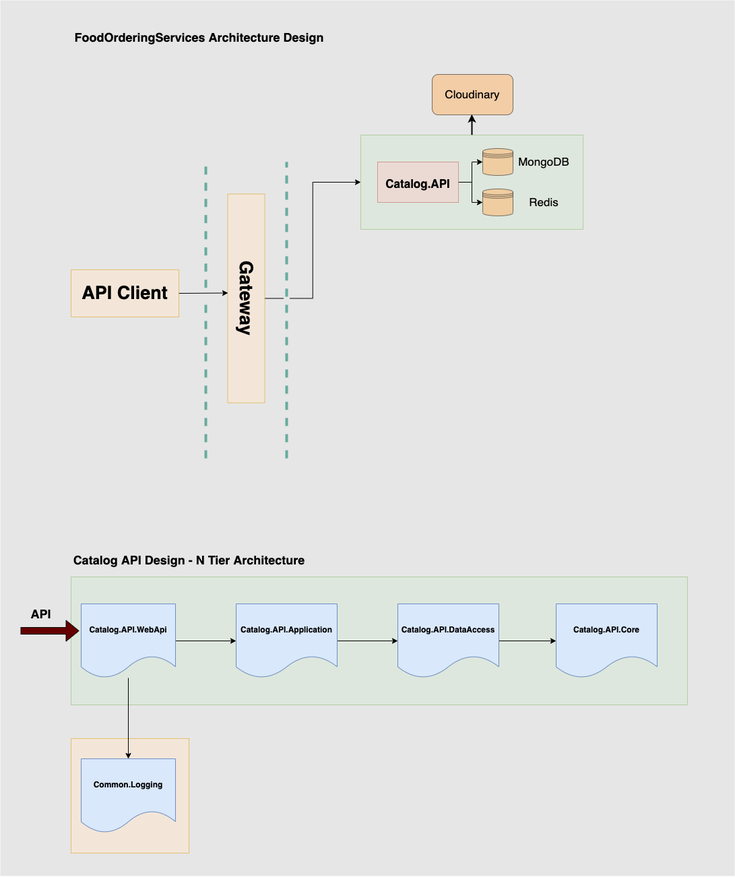
This is SAD.png from bm1905/FoodOrderingServices, a draw.io export, as it was before one commit. Source tidied: cells renumbered, new cells last; positions are measured from the earlier drawing's top-left corner, leaving out a move shared by most shapes.
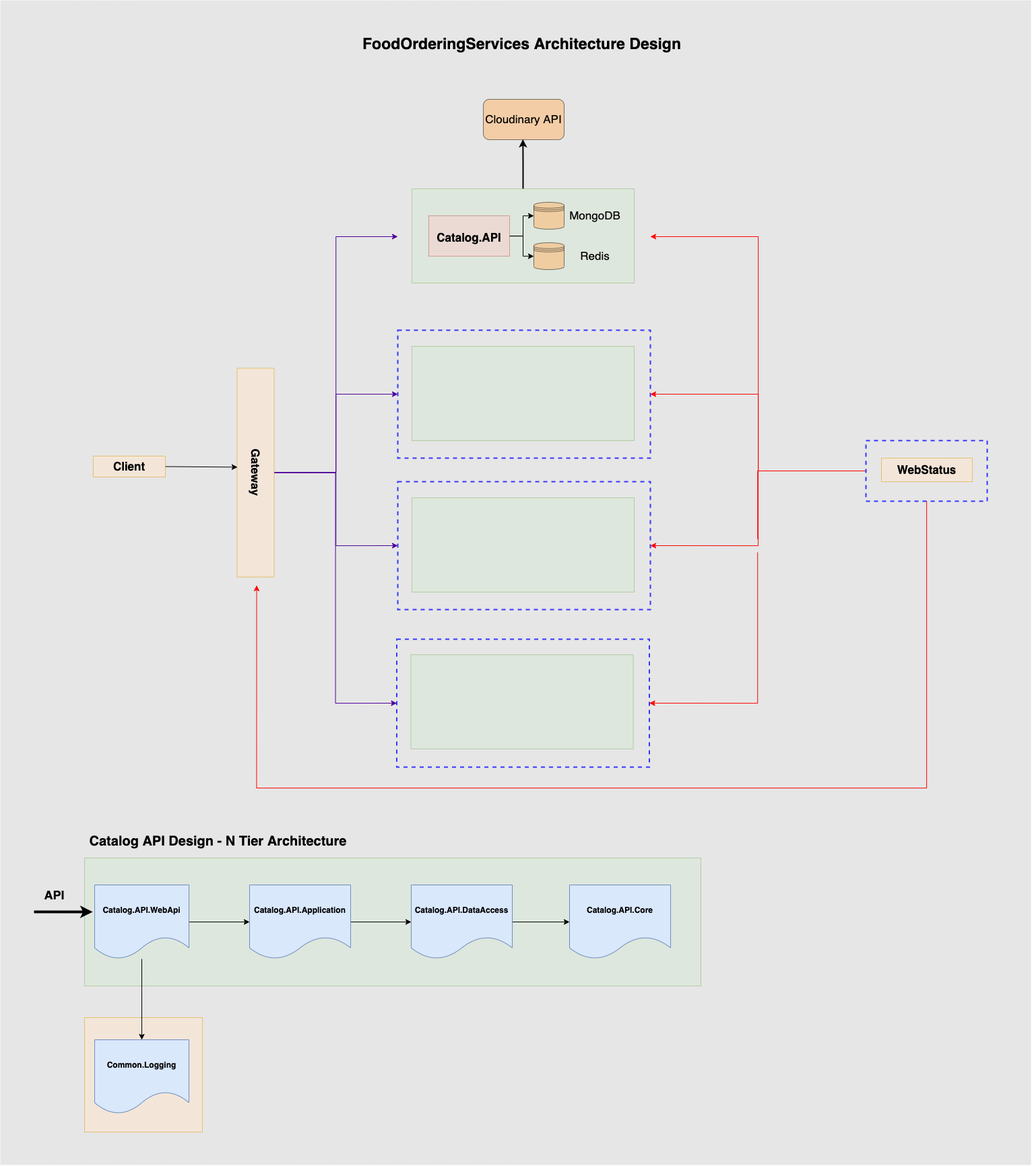
The same file after the commit.

Diff of the diagram source:
```diff
@@ -2,20 +2,29 @@
   <root>
     <mxCell id="0" />
     <mxCell id="1" parent="0" />
+    <mxCell id="34" style="rounded=0;whiteSpace=wrap;html=1;strokeColor=#3333FF;fillColor=none;strokeWidth=2;dashed=1;" parent="1" vertex="1">
+      <mxGeometry x="570" y="-114" width="375" height="190" as="geometry" />
+    </mxCell>
+    <mxCell id="35" style="rounded=0;whiteSpace=wrap;html=1;strokeColor=#3333FF;fillColor=none;strokeWidth=2;dashed=1;" parent="1" vertex="1">
+      <mxGeometry x="293" y="159" width="135" height="340" as="geometry" />
+    </mxCell>
+    <mxCell id="36" style="rounded=0;whiteSpace=wrap;html=1;strokeColor=#3333FF;fillColor=none;strokeWidth=2;dashed=1;" parent="1" vertex="1">
+      <mxGeometry x="85" y="273" width="180" height="100" as="geometry" />
+    </mxCell>
     <mxCell id="2" style="rounded=0;whiteSpace=wrap;html=1;fillColor=#E6E6E6;strokeColor=none;" parent="1" vertex="1">
-      <mxGeometry width="1090" height="1300" as="geometry" />
+      <mxGeometry x="-20" y="-370" width="1530" height="1730" as="geometry" />
     </mxCell>
     <mxCell id="3" style="rounded=0;whiteSpace=wrap;html=1;fillColor=#ffe6cc;strokeColor=#d79b00;opacity=50;" parent="1" vertex="1">
-      <mxGeometry x="105" y="1096" width="175" height="170" as="geometry" />
+      <mxGeometry x="105" y="1141" width="175" height="170" as="geometry" />
     </mxCell>
     <mxCell id="4" style="rounded=0;whiteSpace=wrap;html=1;fillColor=#d5e8d4;strokeColor=#82b366;opacity=50;" parent="1" vertex="1">
-      <mxGeometry x="105" y="856" width="915" height="190" as="geometry" />
+      <mxGeometry x="105" y="904" width="915" height="190" as="geometry" />
     </mxCell>
-    <mxCell id="5" value="FoodOrderingServices Architecture Design" style="text;html=1;align=center;verticalAlign=middle;strokeColor=none;fillColor=none;fontStyle=1;fontSize=18;" parent="1" vertex="1">
-      <mxGeometry x="105" y="40" width="380" height="30" as="geometry" />
+    <mxCell id="5" value="FoodOrderingServices Architecture Design" style="text;html=1;align=center;verticalAlign=middle;strokeColor=none;fillColor=none;fontStyle=1;fontSize=23;" parent="1" vertex="1">
+      <mxGeometry x="508.5" y="-320" width="490" height="30" as="geometry" />
     </mxCell>
-    <mxCell id="6" value="Catalog API Design - N Tier Architecture" style="text;html=1;align=center;verticalAlign=middle;strokeColor=none;fillColor=none;fontStyle=1;fontSize=18;" parent="1" vertex="1">
-      <mxGeometry x="100" y="816" width="360" height="30" as="geometry" />
+    <mxCell id="6" value="Catalog API Design - N Tier Architecture" style="text;html=1;align=center;verticalAlign=middle;strokeColor=none;fillColor=none;fontStyle=1;fontSize=20;" parent="1" vertex="1">
+      <mxGeometry x="103" y="864" width="400" height="30" as="geometry" />
     </mxCell>
     <mxCell id="7" style="edgeStyle=orthogonalEdgeStyle;rounded=0;jettySize=auto;html=1;fillColor=#660000;" parent="1" edge="1" source="9" target="11">
       <mxGeometry relative="1" as="geometry" />
@@ -24,57 +33,60 @@
       <mxGeometry relative="1" as="geometry" />
     </mxCell>
     <mxCell id="9" value="&lt;b&gt;Catalog.API.WebApi&lt;/b&gt;" style="shape=document;whiteSpace=wrap;html=1;boundedLbl=1;fillColor=#dae8fc;strokeColor=#6c8ebf;" parent="1" vertex="1">
-      <mxGeometry x="120" y="896" width="140" height="110" as="geometry" />
+      <mxGeometry x="120" y="944" width="140" height="110" as="geometry" />
     </mxCell>
     <mxCell id="10" style="edgeStyle=orthogonalEdgeStyle;rounded=0;jettySize=auto;html=1;fillColor=#660000;" parent="1" edge="1" source="11" target="13">
       <mxGeometry relative="1" as="geometry" />
     </mxCell>
     <mxCell id="11" value="&lt;b&gt;Catalog.API.Application&lt;/b&gt;" style="shape=document;whiteSpace=wrap;html=1;boundedLbl=1;fillColor=#dae8fc;strokeColor=#6c8ebf;" parent="1" vertex="1">
-      <mxGeometry x="350" y="896" width="150" height="110" as="geometry" />
+      <mxGeometry x="350" y="944" width="150" height="110" as="geometry" />
     </mxCell>
     <mxCell id="12" style="edgeStyle=orthogonalEdgeStyle;rounded=0;jettySize=auto;html=1;entryX=0;entryY=0.5;entryDx=0;entryDy=0;fillColor=#660000;" parent="1" edge="1" source="13" target="14">
       <mxGeometry relative="1" as="geometry" />
     </mxCell>
     <mxCell id="13" value="&lt;b&gt;Catalog.API.DataAccess&lt;/b&gt;" style="shape=document;whiteSpace=wrap;html=1;boundedLbl=1;fillColor=#dae8fc;strokeColor=#6c8ebf;" parent="1" vertex="1">
-      <mxGeometry x="590" y="896" width="150" height="110" as="geometry" />
+      <mxGeometry x="590" y="944" width="150" height="110" as="geometry" />
     </mxCell>
     <mxCell id="14" value="&lt;b&gt;Catalog.API.Core&lt;/b&gt;" style="shape=document;whiteSpace=wrap;html=1;boundedLbl=1;fillColor=#dae8fc;strokeColor=#6c8ebf;" parent="1" vertex="1">
-      <mxGeometry x="825" y="896" width="150" height="110" as="geometry" />
+      <mxGeometry x="825" y="944" width="150" height="110" as="geometry" />
     </mxCell>
-    <mxCell id="15" style="shape=flexArrow;endArrow=classic;html=1;rounded=0;fillColor=#660000;entryX=-0.021;entryY=0.364;entryDx=0;entryDy=0;entryPerimeter=0;" parent="1" edge="1" target="9">
+    <mxCell id="15" style="endArrow=classic;html=1;rounded=0;fillColor=#660000;entryX=-0.021;entryY=0.364;entryDx=0;entryDy=0;entryPerimeter=0;strokeWidth=4;" parent="1" edge="1" target="9">
       <mxGeometry relative="1" as="geometry">
-        <mxPoint x="30" y="936" as="sourcePoint" />
+        <mxPoint x="30" y="984" as="sourcePoint" />
       </mxGeometry>
     </mxCell>
     <mxCell id="16" value="API" style="text;html=1;align=center;verticalAlign=middle;strokeColor=none;fillColor=none;fontStyle=1;fontSize=18;" parent="1" vertex="1">
-      <mxGeometry x="35" y="896" width="50" height="30" as="geometry" />
+      <mxGeometry x="35" y="944" width="50" height="30" as="geometry" />
     </mxCell>
+    <mxCell id="18" style="edgeStyle=orthogonalEdgeStyle;rounded=0;jumpStyle=gap;jumpSize=20;jettySize=auto;html=1;entryX=0.474;entryY=0.991;entryDx=0;entryDy=0;entryPerimeter=0;fontSize=17;strokeColor=#000000;strokeWidth=1;fillColor=#660000;" parent="1" edge="1" source="19" target="22">
+      <mxGeometry relative="1" as="geometry" />
+    </mxCell>
     <mxCell id="17" value="&lt;b&gt;Common.Logging&lt;/b&gt;" style="shape=document;whiteSpace=wrap;html=1;boundedLbl=1;fillColor=#dae8fc;strokeColor=#6c8ebf;" parent="1" vertex="1">
-      <mxGeometry x="120" y="1126" width="140" height="110" as="geometry" />
+      <mxGeometry x="120" y="1174" width="140" height="110" as="geometry" />
     </mxCell>
-    <mxCell id="18" style="edgeStyle=orthogonalEdgeStyle;rounded=0;jumpStyle=gap;jumpSize=10;jettySize=auto;html=1;entryX=0.474;entryY=0.991;entryDx=0;entryDy=0;entryPerimeter=0;fontSize=17;strokeColor=#000000;strokeWidth=1;fillColor=#660000;" parent="1" edge="1" source="19" target="22">
-      <mxGeometry relative="1" as="geometry" />
-    </mxCell>
-    <mxCell id="19" value="&lt;b&gt;&lt;font style=&quot;font-size: 27px&quot;&gt;API Client&lt;/font&gt;&lt;/b&gt;" style="rounded=0;whiteSpace=wrap;html=1;opacity=50;fillColor=#ffe6cc;strokeColor=#d79b00;" parent="1" vertex="1">
-      <mxGeometry x="105" y="400" width="160" height="70" as="geometry" />
+    <mxCell id="19" value="&lt;b&gt;&lt;font style=&quot;font-size: 17px&quot;&gt;Client&lt;/font&gt;&lt;/b&gt;" style="rounded=0;whiteSpace=wrap;html=1;opacity=50;fillColor=#ffe6cc;strokeColor=#d79b00;" parent="1" vertex="1">
+      <mxGeometry x="118" y="307" width="107" height="31" as="geometry" />
     </mxCell>
-    <mxCell id="20" style="endArrow=none;dashed=1;html=1;rounded=0;fontSize=27;fillColor=#660000;strokeWidth=4;strokeColor=#67AB9F;jumpSize=10;jumpStyle=gap;" parent="1" edge="1">
-      <mxGeometry relative="1" as="geometry">
-        <mxPoint x="425" y="680" as="sourcePoint" />
-        <mxPoint x="425" y="240" as="targetPoint" />
-      </mxGeometry>
-    </mxCell>
-    <mxCell id="21" style="edgeStyle=orthogonalEdgeStyle;rounded=0;jumpStyle=gap;jumpSize=10;jettySize=auto;html=1;entryX=0;entryY=0.5;entryDx=0;entryDy=0;fontSize=17;strokeColor=#000000;strokeWidth=1;fillColor=#660000;" parent="1" edge="1" source="22" target="24">
-      <mxGeometry relative="1" as="geometry" />
-    </mxCell>
+    <mxCell id="37" style="edgeStyle=orthogonalEdgeStyle;rounded=0;jumpStyle=gap;jumpSize=20;jettySize=auto;html=1;entryX=0;entryY=0.5;entryDx=0;entryDy=0;fontSize=17;strokeColor=#4C0099;" parent="1" edge="1" source="22" target="34">
+      <mxGeometry relative="1" as="geometry" />
+    </mxCell>
+    <mxCell id="38" style="edgeStyle=orthogonalEdgeStyle;rounded=0;jumpStyle=gap;jumpSize=20;jettySize=auto;html=1;entryX=0;entryY=0.5;entryDx=0;entryDy=0;fontSize=17;strokeColor=#4C0099;" parent="1" edge="1" source="22" target="48">
+      <mxGeometry relative="1" as="geometry" />
+    </mxCell>
+    <mxCell id="39" style="edgeStyle=orthogonalEdgeStyle;rounded=0;jumpStyle=gap;jumpSize=20;jettySize=auto;html=1;entryX=0;entryY=0.5;entryDx=0;entryDy=0;fontSize=17;strokeColor=#4C0099;" parent="1" edge="1" source="22" target="50">
+      <mxGeometry relative="1" as="geometry" />
+    </mxCell>
+    <mxCell id="40" style="edgeStyle=orthogonalEdgeStyle;rounded=0;jumpStyle=gap;jumpSize=20;jettySize=auto;html=1;entryX=0;entryY=0.5;entryDx=0;entryDy=0;fontSize=17;strokeColor=#4C0099;" parent="1" edge="1" source="22" target="52">
+      <mxGeometry relative="1" as="geometry" />
+    </mxCell>
-    <mxCell id="22" value="&lt;b&gt;&lt;font style=&quot;font-size: 27px&quot;&gt;Gateway&lt;/font&gt;&lt;/b&gt;" style="rounded=0;whiteSpace=wrap;html=1;opacity=50;fillColor=#ffe6cc;strokeColor=#d79b00;rotation=90;" parent="1" vertex="1">
-      <mxGeometry x="210" y="415" width="310" height="55" as="geometry" />
+    <mxCell id="22" value="&lt;b&gt;&lt;font style=&quot;font-size: 17px&quot;&gt;Gateway&lt;/font&gt;&lt;/b&gt;" style="rounded=0;whiteSpace=wrap;html=1;opacity=50;fillColor=#ffe6cc;strokeColor=#d79b00;rotation=90;" parent="1" vertex="1">
+      <mxGeometry x="204" y="304" width="310" height="55" as="geometry" />
     </mxCell>
     <mxCell id="23" style="edgeStyle=orthogonalEdgeStyle;rounded=0;jettySize=auto;html=1;fontSize=17;strokeWidth=2;fillColor=#660000;entryX=0.49;entryY=0.989;entryDx=0;entryDy=0;entryPerimeter=0;" parent="1" edge="1" source="24" target="32">
       <mxGeometry relative="1" as="geometry" />
     </mxCell>
     <mxCell id="24" style="rounded=0;whiteSpace=wrap;html=1;opacity=50;fillColor=#d5e8d4;strokeColor=#82b366;" parent="1" vertex="1">
-      <mxGeometry x="535" y="200" width="330" height="140" as="geometry" />
+      <mxGeometry x="591" y="-90" width="330" height="140" as="geometry" />
     </mxCell>
     <mxCell id="25" style="edgeStyle=orthogonalEdgeStyle;rounded=0;jumpStyle=gap;jumpSize=10;jettySize=auto;html=1;fontSize=17;strokeColor=#000000;strokeWidth=1;fillColor=#660000;" parent="1" edge="1" source="27" target="28">
       <mxGeometry relative="1" as="geometry" />
@@ -83,28 +95,66 @@
       <mxGeometry relative="1" as="geometry" />
     </mxCell>
     <mxCell id="27" value="&lt;b&gt;&lt;font style=&quot;font-size: 17px&quot;&gt;Catalog.API&lt;/font&gt;&lt;/b&gt;" style="rounded=0;whiteSpace=wrap;html=1;fontSize=27;opacity=50;fillColor=#f8cecc;strokeColor=#b85450;" parent="1" vertex="1">
-      <mxGeometry x="560" y="240" width="120" height="60" as="geometry" />
+      <mxGeometry x="616" y="-50" width="120" height="60" as="geometry" />
     </mxCell>
     <mxCell id="28" style="shape=datastore;whiteSpace=wrap;html=1;fontSize=17;opacity=50;fillColor=#FFB366;" parent="1" vertex="1">
-      <mxGeometry x="716" y="220" width="45" height="40" as="geometry" />
+      <mxGeometry x="772" y="-70" width="45" height="40" as="geometry" />
     </mxCell>
     <mxCell id="29" value="MongoDB" style="text;html=1;strokeColor=none;fillColor=none;align=center;verticalAlign=middle;whiteSpace=wrap;rounded=0;fontSize=17;opacity=50;" parent="1" vertex="1">
-      <mxGeometry x="777" y="225" width="60" height="30" as="geometry" />
+      <mxGeometry x="833" y="-65" width="60" height="30" as="geometry" />
     </mxCell>
     <mxCell id="30" style="shape=datastore;whiteSpace=wrap;html=1;fontSize=17;opacity=50;fillColor=#FFB366;" parent="1" vertex="1">
-      <mxGeometry x="716" y="280" width="45" height="40" as="geometry" />
+      <mxGeometry x="772" y="-10" width="45" height="40" as="geometry" />
     </mxCell>
     <mxCell id="31" value="Redis" style="text;html=1;strokeColor=none;fillColor=none;align=center;verticalAlign=middle;whiteSpace=wrap;rounded=0;fontSize=17;opacity=50;" parent="1" vertex="1">
-      <mxGeometry x="777" y="285" width="60" height="30" as="geometry" />
+      <mxGeometry x="833" y="-5" width="60" height="30" as="geometry" />
     </mxCell>
-    <mxCell id="32" value="Cloudinary" style="rounded=1;whiteSpace=wrap;html=1;fontSize=17;fillColor=#FFB366;opacity=50;" parent="1" vertex="1">
-      <mxGeometry x="641" y="110" width="120" height="60" as="geometry" />
+    <mxCell id="32" value="Cloudinary API" style="rounded=1;whiteSpace=wrap;html=1;fontSize=17;fillColor=#FFB366;opacity=50;" parent="1" vertex="1">
+      <mxGeometry x="697" y="-223" width="120" height="60" as="geometry" />
     </mxCell>
-    <mxCell id="33" style="endArrow=none;dashed=1;html=1;rounded=0;fontSize=27;fillColor=#660000;strokeWidth=4;strokeColor=#67AB9F;jumpSize=10;jumpStyle=gap;" parent="1" edge="1">
-      <mxGeometry relative="1" as="geometry">
-        <mxPoint x="305" y="680" as="sourcePoint" />
-        <mxPoint x="305" y="240" as="targetPoint" />
-      </mxGeometry>
-    </mxCell>
+    <mxCell id="41" style="edgeStyle=orthogonalEdgeStyle;rounded=0;jumpStyle=gap;jumpSize=20;jettySize=auto;html=1;entryX=1;entryY=0.5;entryDx=0;entryDy=0;fontSize=17;strokeColor=#FF0000;" parent="1" edge="1" source="46" target="34">
+      <mxGeometry relative="1" as="geometry" />
+    </mxCell>
+    <mxCell id="42" style="edgeStyle=orthogonalEdgeStyle;rounded=0;jumpStyle=gap;jumpSize=20;jettySize=auto;html=1;entryX=1;entryY=0.5;entryDx=0;entryDy=0;fontSize=17;strokeColor=#FF0000;" parent="1" edge="1" source="46" target="48">
+      <mxGeometry relative="1" as="geometry" />
+    </mxCell>
+    <mxCell id="43" style="edgeStyle=orthogonalEdgeStyle;rounded=0;jumpStyle=gap;jumpSize=20;jettySize=auto;html=1;exitX=0;exitY=0.5;exitDx=0;exitDy=0;entryX=1;entryY=0.5;entryDx=0;entryDy=0;fontSize=17;strokeColor=#FF0000;" parent="1" edge="1" source="46" target="50">
+      <mxGeometry relative="1" as="geometry" />
+    </mxCell>
+    <mxCell id="44" style="edgeStyle=orthogonalEdgeStyle;rounded=0;jumpStyle=gap;jumpSize=20;jettySize=auto;html=1;exitX=0;exitY=0.5;exitDx=0;exitDy=0;entryX=1;entryY=0.5;entryDx=0;entryDy=0;fontSize=17;strokeColor=#FF0000;" parent="1" edge="1" source="46" target="52">
+      <mxGeometry relative="1" as="geometry" />
+    </mxCell>
+    <mxCell id="45" style="edgeStyle=orthogonalEdgeStyle;rounded=0;jumpStyle=gap;jumpSize=20;jettySize=auto;html=1;fontSize=17;fillColor=#f8cecc;gradientColor=#ea6b66;strokeColor=#FF0000;entryX=0.5;entryY=1;entryDx=0;entryDy=0;" parent="1" edge="1" source="46" target="35">
+      <mxGeometry relative="1" as="geometry">
+        <Array as="points">
+          <mxPoint x="1355" y="800" />
+          <mxPoint x="361" y="800" />
+        </Array>
+      </mxGeometry>
+    </mxCell>
+    <mxCell id="46" style="rounded=0;whiteSpace=wrap;html=1;strokeColor=#3333FF;fillColor=none;strokeWidth=2;dashed=1;" parent="1" vertex="1">
+      <mxGeometry x="1265" y="284" width="180" height="90" as="geometry" />
+    </mxCell>
+    <mxCell id="47" value="&lt;b&gt;&lt;font style=&quot;font-size: 17px&quot;&gt;WebStatus&lt;/font&gt;&lt;/b&gt;" style="rounded=0;whiteSpace=wrap;html=1;opacity=50;fillColor=#ffe6cc;strokeColor=#d79b00;" parent="1" vertex="1">
+      <mxGeometry x="1288" y="310" width="135" height="35" as="geometry" />
+    </mxCell>
+    <mxCell id="48" style="rounded=0;whiteSpace=wrap;html=1;strokeColor=#3333FF;fillColor=none;strokeWidth=2;dashed=1;" parent="1" vertex="1">
+      <mxGeometry x="570" y="120" width="375" height="190" as="geometry" />
+    </mxCell>
+    <mxCell id="49" style="rounded=0;whiteSpace=wrap;html=1;opacity=50;fillColor=#d5e8d4;strokeColor=#82b366;" parent="1" vertex="1">
+      <mxGeometry x="591" y="144" width="330" height="140" as="geometry" />
+    </mxCell>
+    <mxCell id="50" style="rounded=0;whiteSpace=wrap;html=1;strokeColor=#3333FF;fillColor=none;strokeWidth=2;dashed=1;" parent="1" vertex="1">
+      <mxGeometry x="570" y="345" width="375" height="190" as="geometry" />
+    </mxCell>
+    <mxCell id="51" style="rounded=0;whiteSpace=wrap;html=1;opacity=50;fillColor=#d5e8d4;strokeColor=#82b366;" parent="1" vertex="1">
+      <mxGeometry x="591" y="369" width="330" height="140" as="geometry" />
+    </mxCell>
+    <mxCell id="52" style="rounded=0;whiteSpace=wrap;html=1;strokeColor=#3333FF;fillColor=none;strokeWidth=2;dashed=1;" parent="1" vertex="1">
+      <mxGeometry x="568.5" y="579" width="375" height="190" as="geometry" />
+    </mxCell>
+    <mxCell id="53" style="rounded=0;whiteSpace=wrap;html=1;opacity=50;fillColor=#d5e8d4;strokeColor=#82b366;" parent="1" vertex="1">
+      <mxGeometry x="589.5" y="602" width="330" height="140" as="geometry" />
+    </mxCell>
   </root>
 </mxGraphModel>
```
